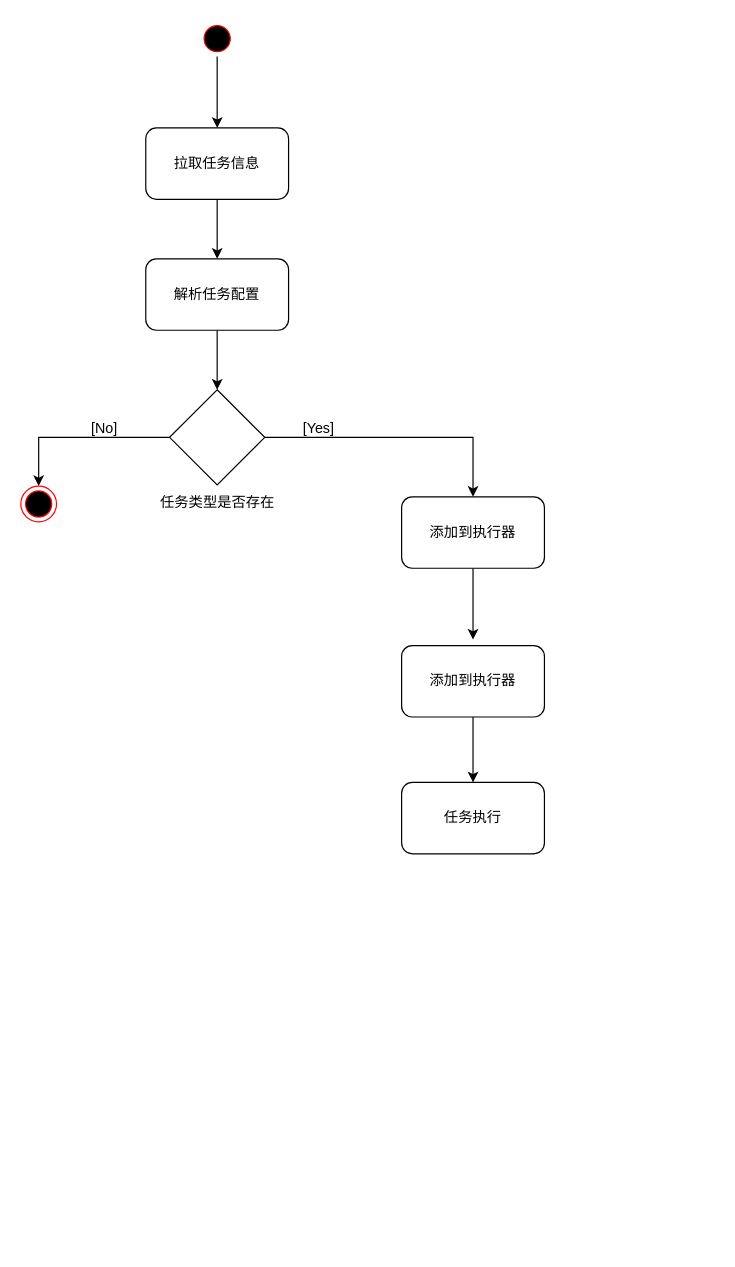
Earlier version of the draw.io diagram 执行模块活动图.drawio (tianshengdiwangK/common). Source tidied: cells renumbered, new cells numbered last; positions are measured from the earlier drawing's top-left corner, leaving out a move shared by most shapes. Both pictures are drawn from the tidied source at 119%, with x=0, y=0 at pixel (20, 20).
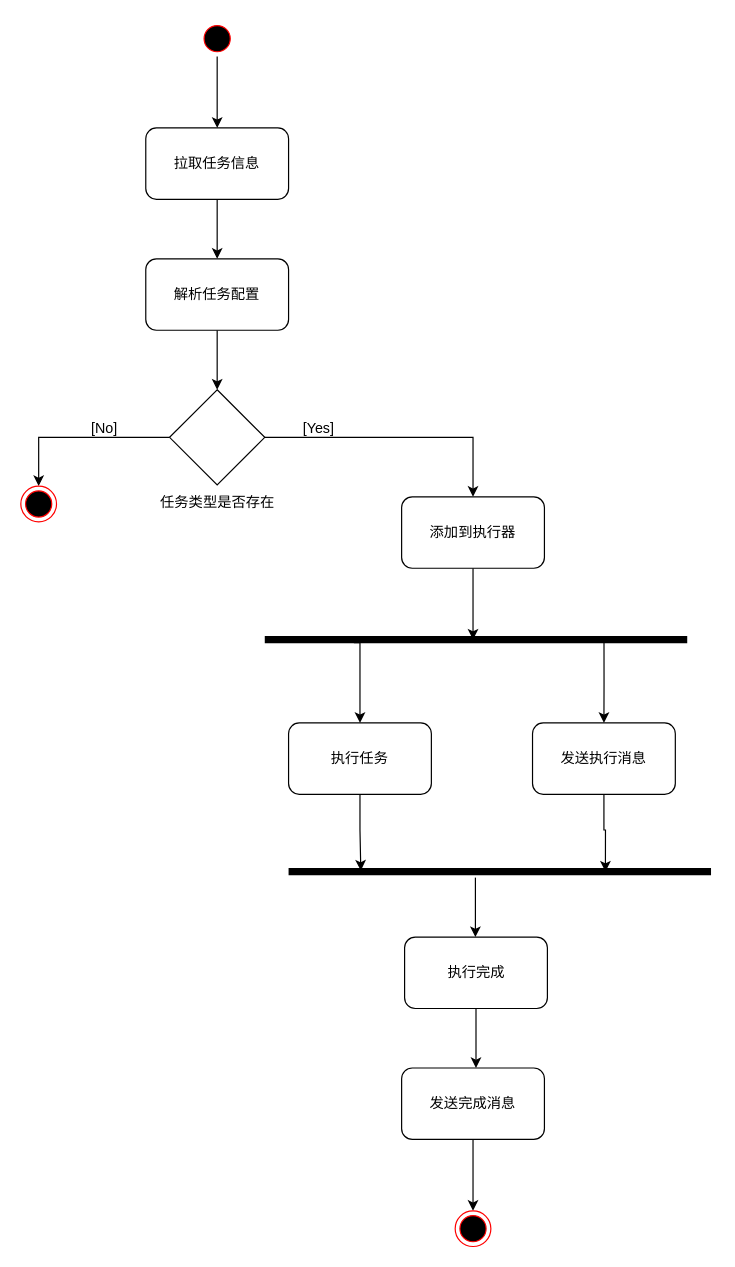
Above is the later version.

Commit message:
更新执行模块活动图.drawio

Diff of the diagram source:
```diff
@@
-    <mxCell id="17" style="edgeStyle=orthogonalEdgeStyle;rounded=0;jettySize=auto;html=1;" parent="1" edge="1" source="18">
-      <mxGeometry relative="1" as="geometry">
-        <mxPoint x="380" y="640" as="targetPoint" />
-      </mxGeometry>
-    </mxCell>
+    <mxCell id="20" style="edgeStyle=orthogonalEdgeStyle;rounded=0;jettySize=auto;html=1;entryX=0.171;entryY=0.414;entryDx=0;entryDy=0;entryPerimeter=0;" parent="1" edge="1" source="18" target="27">
+      <mxGeometry relative="1" as="geometry" />
+    </mxCell>
-    <mxCell id="18" value="添加到执行器" style="rounded=1;whiteSpace=wrap;html=1;" parent="1" vertex="1">
-      <mxGeometry x="320" y="525" width="120" height="60" as="geometry" />
+    <mxCell id="18" value="执行任务" style="rounded=1;whiteSpace=wrap;html=1;" parent="1" vertex="1">
+      <mxGeometry x="225" y="590" width="120" height="60" as="geometry" />
     </mxCell>
+    <mxCell id="21" style="edgeStyle=orthogonalEdgeStyle;rounded=0;jettySize=auto;html=1;" parent="1" edge="1" source="19">
+      <mxGeometry relative="1" as="geometry">
+        <mxPoint x="382.5" y="880" as="targetPoint" />
+      </mxGeometry>
+    </mxCell>
-    <mxCell id="19" value="任务执行" style="rounded=1;whiteSpace=wrap;html=1;" parent="1" vertex="1">
-      <mxGeometry x="320" y="640" width="120" height="60" as="geometry" />
+    <mxCell id="19" value="执行完成" style="rounded=1;whiteSpace=wrap;html=1;" parent="1" vertex="1">
+      <mxGeometry x="322.5" y="770" width="120" height="60" as="geometry" />
     </mxCell>
+    <mxCell id="22" style="shape=line;html=1;strokeWidth=6;strokeColor=#000000;" parent="1" vertex="1">
+      <mxGeometry x="205" y="515" width="355" height="10" as="geometry" />
+    </mxCell>
+    <mxCell id="23" style="edgeStyle=orthogonalEdgeStyle;rounded=0;jettySize=auto;html=1;entryX=0.75;entryY=0.5;entryDx=0;entryDy=0;entryPerimeter=0;" parent="1" edge="1" source="24" target="27">
+      <mxGeometry relative="1" as="geometry" />
+    </mxCell>
+    <mxCell id="24" value="发送执行消息" style="rounded=1;whiteSpace=wrap;html=1;" parent="1" vertex="1">
+      <mxGeometry x="430" y="590" width="120" height="60" as="geometry" />
+    </mxCell>
+    <mxCell id="25" style="edgeStyle=orthogonalEdgeStyle;rounded=0;jettySize=auto;html=1;exitX=0.211;exitY=0.75;exitDx=0;exitDy=0;exitPerimeter=0;entryX=0.5;entryY=0;entryDx=0;entryDy=0;" parent="1" edge="1" source="22" target="18">
+      <mxGeometry relative="1" as="geometry">
+        <Array as="points">
+          <mxPoint x="285" y="522" />
+        </Array>
+      </mxGeometry>
+    </mxCell>
+    <mxCell id="26" style="edgeStyle=orthogonalEdgeStyle;rounded=0;jettySize=auto;html=1;entryX=0.5;entryY=0;entryDx=0;entryDy=0;exitX=0.803;exitY=0.5;exitDx=0;exitDy=0;exitPerimeter=0;" parent="1" edge="1" source="22" target="24">
+      <mxGeometry relative="1" as="geometry" />
+    </mxCell>
+    <mxCell id="27" style="shape=line;html=1;strokeWidth=6;strokeColor=#000000;" parent="1" vertex="1">
+      <mxGeometry x="225" y="710" width="355" height="10" as="geometry" />
+    </mxCell>
+    <mxCell id="28" style="edgeStyle=orthogonalEdgeStyle;rounded=0;jettySize=auto;html=1;" parent="1" edge="1" target="19">
+      <mxGeometry relative="1" as="geometry">
+        <mxPoint x="382" y="720" as="sourcePoint" />
+      </mxGeometry>
+    </mxCell>
+    <mxCell id="29" style="edgeStyle=orthogonalEdgeStyle;rounded=0;jettySize=auto;html=1;" parent="1" edge="1" source="30">
+      <mxGeometry relative="1" as="geometry">
+        <mxPoint x="380" y="1000" as="targetPoint" />
+      </mxGeometry>
+    </mxCell>
+    <mxCell id="30" value="发送完成消息" style="rounded=1;whiteSpace=wrap;html=1;" parent="1" vertex="1">
+      <mxGeometry x="320" y="880" width="120" height="60" as="geometry" />
+    </mxCell>
+    <mxCell id="31" style="ellipse;html=1;shape=endState;fillColor=#000000;strokeColor=#ff0000;" parent="1" vertex="1">
+      <mxGeometry x="365" y="1000" width="30" height="30" as="geometry" />
+    </mxCell>
```
